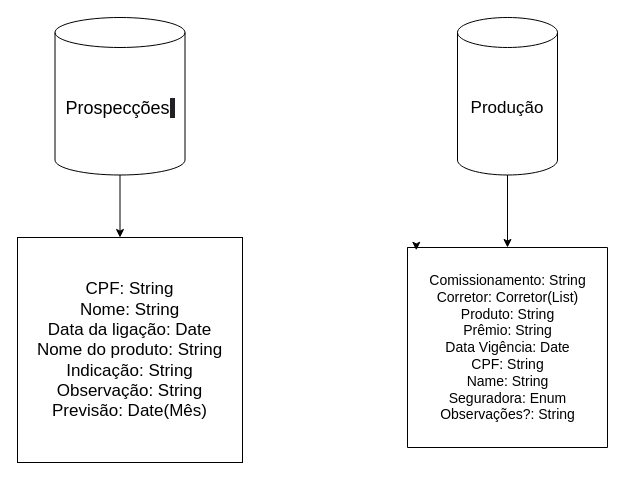
This is Paniagua.drawio from matheusmfl/zenon-ecommerce, a draw.io file, before an edit. Source tidied: cells renumbered, new cells numbered last; positions are measured from the earlier drawing's top-left corner, leaving out a move shared by most shapes. Both pictures are drawn from the tidied source at 100%, with x=0, y=0 at pixel (17, 17).
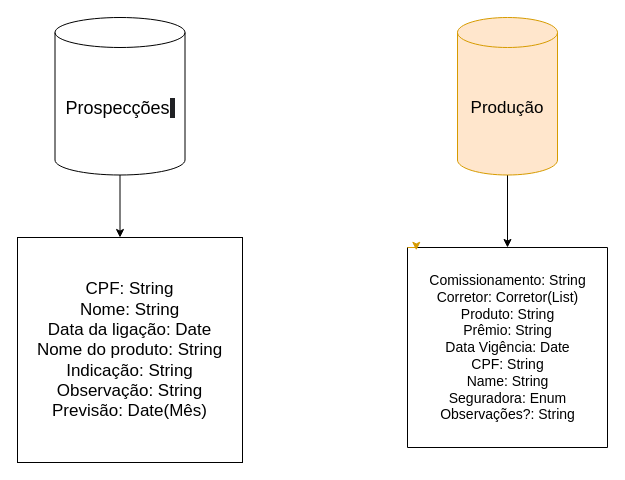
Above is the later version.

Change to the diagram source:
```diff
@@
 <mxGraphModel>
   <root>
     <mxCell id="0" />
     <mxCell id="1" parent="0" />
     <mxCell id="2" style="edgeStyle=orthogonalEdgeStyle;rounded=0;jettySize=auto;html=1;" parent="1" edge="1" source="3" target="6">
       <mxGeometry relative="1" as="geometry">
         <Array as="points">
           <mxPoint x="85" y="259" />
           <mxPoint x="86" y="350" />
         </Array>
       </mxGeometry>
     </mxCell>
     <mxCell id="3" value="&lt;font style=&quot;font-size: 18px;&quot;&gt;Prospecções&lt;span style=&quot;color: rgb(232, 234, 237); font-family: &amp;quot;Google Sans&amp;quot;, arial, sans-serif; text-align: left; background-color: rgb(32, 33, 36);&quot;&gt;&amp;nbsp;&lt;/span&gt;&lt;/font&gt;" style="shape=cylinder3;whiteSpace=wrap;html=1;boundedLbl=1;backgroundOutline=1;size=15;" parent="1" vertex="1">
       <mxGeometry x="37.5" width="130" height="157.5" as="geometry" />
     </mxCell>
     <mxCell id="4" style="edgeStyle=orthogonalEdgeStyle;rounded=0;jettySize=auto;html=1;" parent="1" edge="1" source="5" target="7">
       <mxGeometry relative="1" as="geometry" />
     </mxCell>
-    <mxCell id="5" value="&lt;font style=&quot;font-size: 17px;&quot;&gt;Produção&lt;/font&gt;" style="shape=cylinder3;whiteSpace=wrap;html=1;boundedLbl=1;backgroundOutline=1;size=15;" parent="1" vertex="1">
+    <mxCell id="5" value="&lt;font style=&quot;font-size: 17px;&quot;&gt;Produção&lt;/font&gt;" style="shape=cylinder3;whiteSpace=wrap;html=1;boundedLbl=1;backgroundOutline=1;size=15;fillColor=#ffe6cc;strokeColor=#d79b00;" parent="1" vertex="1">
       <mxGeometry x="440" width="100" height="157.5" as="geometry" />
     </mxCell>
     <mxCell id="6" value="&lt;font style=&quot;font-size: 17px;&quot;&gt;CPF: String&lt;br&gt;Nome: String&lt;br&gt;Data da ligação: Date&lt;br&gt;Nome do produto: String&lt;br&gt;Indicação: String&lt;br&gt;Observação: String&lt;br&gt;Previsão: Date(Mês)&lt;/font&gt;" style="whiteSpace=wrap;html=1;" parent="1" vertex="1">
       <mxGeometry y="220" width="225" height="225" as="geometry" />
     </mxCell>
     <mxCell id="7" style="swimlane;startSize=0;" parent="1" vertex="1">
       <mxGeometry x="390" y="230" width="200" height="200" as="geometry" />
     </mxCell>
     <mxCell id="8" value="&lt;font style=&quot;font-size: 14px;&quot;&gt;Comissionamento: String&lt;br&gt;Corretor: Corretor(List)&lt;br&gt;Produto: String&lt;br&gt;Prêmio: String&lt;br&gt;Data Vigência: Date&lt;br&gt;CPF: String&lt;br&gt;Name: String&lt;br&gt;Seguradora: Enum&lt;br&gt;Observações?: String&lt;/font&gt;" style="text;html=1;align=center;verticalAlign=middle;strokeColor=none;fillColor=none;" parent="7" vertex="1">
       <mxGeometry x="10" y="20" width="180" height="160" as="geometry" />
     </mxCell>
-    <mxCell id="9" style="edgeStyle=orthogonalEdgeStyle;rounded=0;orthogonalLoop=1;jettySize=auto;html=1;exitX=0;exitY=0;exitDx=0;exitDy=0;entryX=0.044;entryY=0.014;entryDx=0;entryDy=0;entryPerimeter=0;" parent="1" edge="1" source="7" target="7">
+    <mxCell id="9" style="edgeStyle=orthogonalEdgeStyle;rounded=0;orthogonalLoop=1;jettySize=auto;html=1;exitX=0;exitY=0;exitDx=0;exitDy=0;entryX=0.044;entryY=0.014;entryDx=0;entryDy=0;entryPerimeter=0;fillColor=#ffe6cc;strokeColor=#d79b00;" parent="1" edge="1" source="7" target="7">
       <mxGeometry relative="1" as="geometry" />
     </mxCell>
   </root>
 </mxGraphModel>
```
